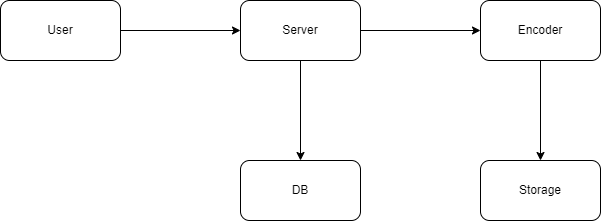
Before: img/system-design/youtube1.png, a diagram exported from draw.io (riehseun/riehseun.github.io). Source tidied: cells renumbered, new cells last; positions are measured from the earlier drawing's top-left corner, leaving out a move shared by most shapes.
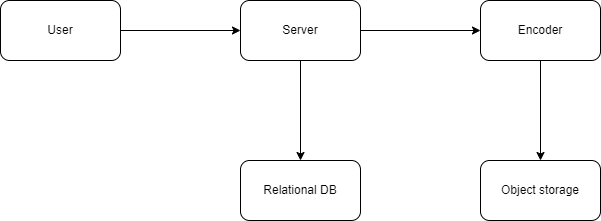
The same diagram one commit later.

The edit, as a diff of the source:
```diff
@@ -17,7 +17,7 @@
     <mxCell id="6" value="Server" style="rounded=1;whiteSpace=wrap;html=1;" parent="1" vertex="1">
       <mxGeometry x="240" width="120" height="60" as="geometry" />
     </mxCell>
-    <mxCell id="7" value="DB" style="rounded=1;whiteSpace=wrap;html=1;" parent="1" vertex="1">
+    <mxCell id="7" value="Relational DB" style="rounded=1;whiteSpace=wrap;html=1;" parent="1" vertex="1">
       <mxGeometry x="240" y="160" width="120" height="60" as="geometry" />
     </mxCell>
     <mxCell id="8" style="edgeStyle=orthogonalEdgeStyle;rounded=0;jettySize=auto;html=1;exitX=0.5;exitY=1;exitDx=0;exitDy=0;entryX=0.5;entryY=0;entryDx=0;entryDy=0;" parent="1" edge="1" source="9" target="10">
@@ -26,7 +26,7 @@
     <mxCell id="9" value="Encoder" style="rounded=1;whiteSpace=wrap;html=1;" parent="1" vertex="1">
       <mxGeometry x="480" width="120" height="60" as="geometry" />
     </mxCell>
-    <mxCell id="10" value="Storage" style="rounded=1;whiteSpace=wrap;html=1;" parent="1" vertex="1">
+    <mxCell id="10" value="Object storage" style="rounded=1;whiteSpace=wrap;html=1;" parent="1" vertex="1">
       <mxGeometry x="480" y="160" width="120" height="60" as="geometry" />
     </mxCell>
   </root>
```
